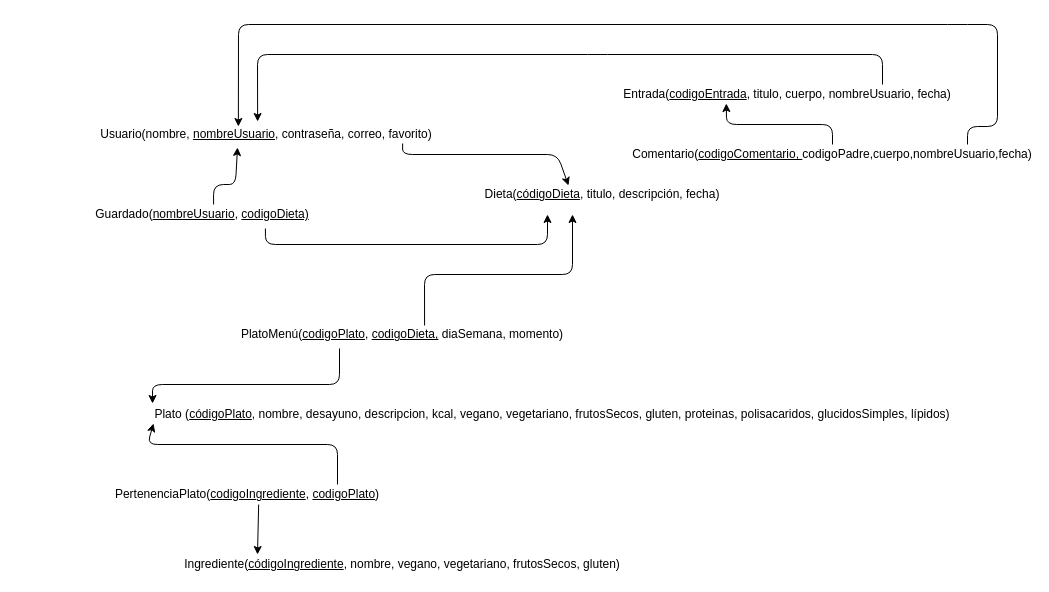
This is SoftwareEngineer/diagramaRelacional.drawio from HylianPablo/SSW2020, a draw.io file, before an edit. Source tidied: cells renumbered, new cells numbered last; positions are measured from the earlier drawing's top-left corner, leaving out a move shared by most shapes. Both pictures are drawn from the tidied source at 100%, with x=0, y=0 at pixel (17, 24).
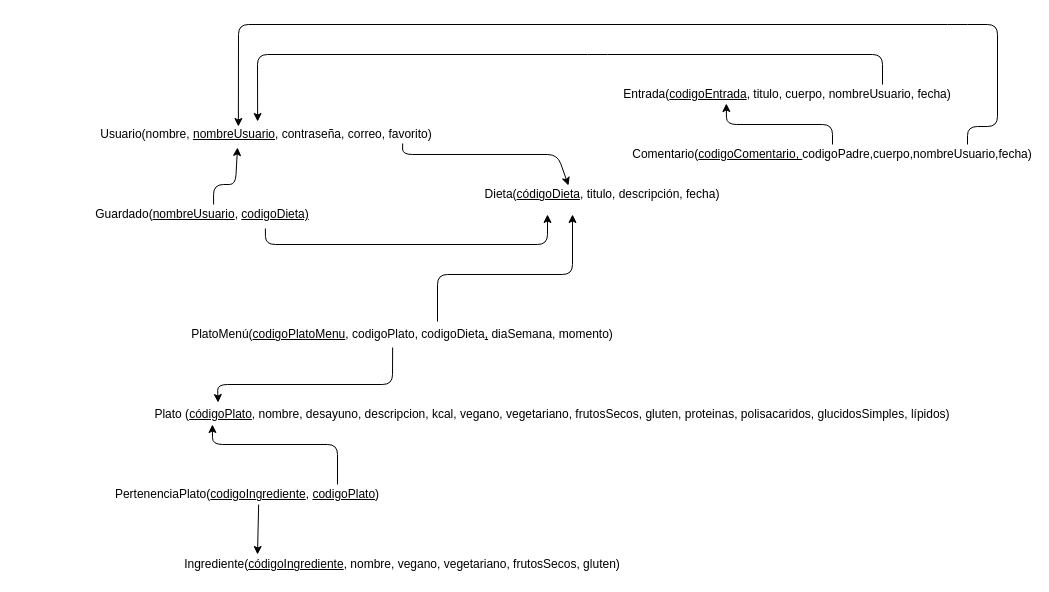
Above is the later version.

The change refers to these unchanged cells:
```xml
<mxCell id="3" value="Plato (&lt;u&gt;códigoPlato&lt;/u&gt;, nombre, desayuno, descripcion, kcal, vegano, vegetariano, frutosSecos, gluten, proteinas, polisacaridos, glucidosSimples, lípidos)" style="text;html=1;strokeColor=none;fillColor=none;align=center;verticalAlign=middle;whiteSpace=wrap;rounded=0;" parent="1" vertex="1">
  <mxGeometry x="60" y="380" width="950" height="20" as="geometry" />
</mxCell>
<mxCell id="7" value="PertenenciaPlato(&lt;u&gt;codigoIngrediente&lt;/u&gt;, &lt;u&gt;codigoPlato&lt;/u&gt;)" style="text;html=1;strokeColor=none;fillColor=none;align=center;verticalAlign=middle;whiteSpace=wrap;rounded=0;" parent="1" vertex="1">
  <mxGeometry x="50" y="460" width="360" height="20" as="geometry" />
</mxCell>
```

Diff of the diagram source:
```diff
@@
-    <mxCell id="8" value="PlatoMenú(&lt;u&gt;codigoPlato&lt;/u&gt;, &lt;u&gt;codigoDieta,&lt;/u&gt;&amp;nbsp;diaSemana, momento)" style="text;html=1;strokeColor=none;fillColor=none;align=center;verticalAlign=middle;whiteSpace=wrap;rounded=0;" parent="1" vertex="1">
+    <mxCell id="8" value="PlatoMenú(&lt;u&gt;codigoPlatoMenu&lt;/u&gt;,&amp;nbsp;codigoPlato, codigoDieta&lt;u&gt;,&lt;/u&gt;&amp;nbsp;diaSemana, momento)" style="text;html=1;strokeColor=none;fillColor=none;align=center;verticalAlign=middle;whiteSpace=wrap;rounded=0;" parent="1" vertex="1">
       <mxGeometry x="150" y="300" width="470" height="20" as="geometry" />
     </mxCell>
@@
-    <mxCell id="11" style="endArrow=classic;html=1;entryX=0.079;entryY=-0.05;entryDx=0;entryDy=0;entryPerimeter=0;exitX=0.366;exitY=1.2;exitDx=0;exitDy=0;exitPerimeter=0;" parent="1" edge="1" source="8" target="3">
+    <mxCell id="11" style="endArrow=classic;html=1;entryX=0.148;entryY=-0.1;entryDx=0;entryDy=0;entryPerimeter=0;exitX=0.479;exitY=1.15;exitDx=0;exitDy=0;exitPerimeter=0;" parent="1" edge="1" source="8" target="3">
       <mxGeometry relative="1" as="geometry">
         <Array as="points">
-          <mxPoint x="322" y="360" />
-          <mxPoint x="135" y="360" />
+          <mxPoint x="375" y="360" />
+          <mxPoint x="200" y="360" />
         </Array>
       </mxGeometry>
     </mxCell>
@@
-    <mxCell id="13" style="endArrow=classic;html=1;entryX=0.08;entryY=0.95;entryDx=0;entryDy=0;entryPerimeter=0;exitX=0.75;exitY=0;exitDx=0;exitDy=0;" parent="1" edge="1" source="7" target="3">
+    <mxCell id="13" style="endArrow=classic;html=1;entryX=0.142;entryY=1;entryDx=0;entryDy=0;entryPerimeter=0;exitX=0.75;exitY=0;exitDx=0;exitDy=0;" parent="1" edge="1" source="7" target="3">
       <mxGeometry relative="1" as="geometry">
         <Array as="points">
           <mxPoint x="320" y="420" />
-          <mxPoint x="130" y="420" />
+          <mxPoint x="195" y="420" />
         </Array>
       </mxGeometry>
     </mxCell>
-    <mxCell id="14" style="endArrow=classic;html=1;exitX=0.547;exitY=0.05;exitDx=0;exitDy=0;exitPerimeter=0;" parent="1" edge="1" source="8">
+    <mxCell id="14" style="endArrow=classic;html=1;" parent="1" edge="1">
       <mxGeometry relative="1" as="geometry">
+        <mxPoint x="420" y="297" as="sourcePoint" />
         <mxPoint x="555" y="190" as="targetPoint" />
         <Array as="points">
-          <mxPoint x="407" y="250" />
+          <mxPoint x="420" y="250" />
           <mxPoint x="555" y="250" />
         </Array>
       </mxGeometry>
     </mxCell>
```
